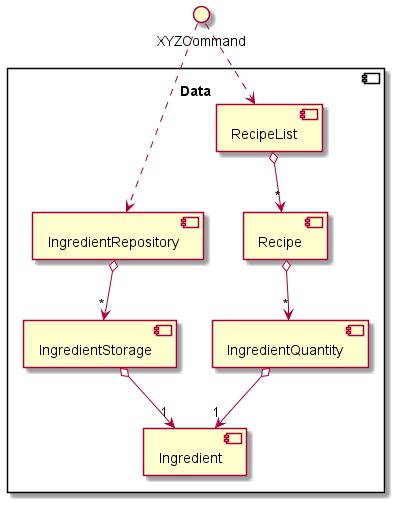
The PlantUML diagram docs/diagrams/Data.png in nus-cs2113-AY2122S1/tp, before a commit.
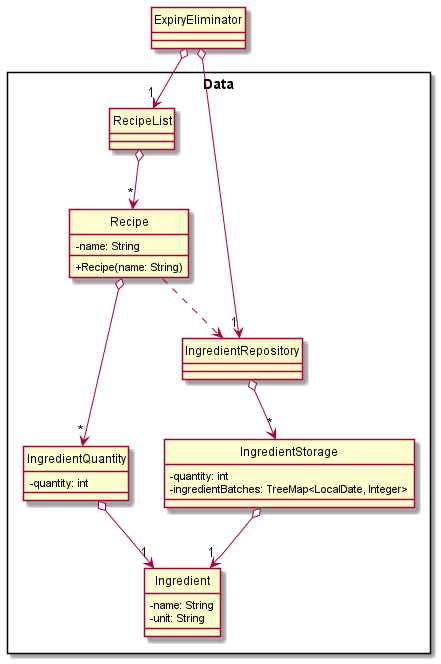
After the commit.

Change to the diagram source:
```diff
@@ -1,15 +1,37 @@
 @startuml
+!include style.puml
+
+class ExpiryEliminator
+
+component Data {
+class Recipe {
+    -name: String
+    +Recipe(name: String)
+}
 
 
-component "Data" {
-  [IngredientStorage] o--> "1"[Ingredient]
-  [IngredientRepository] o--> "*" [IngredientStorage]
-  [IngredientQuantity] o--> "1" [Ingredient]
-  [Recipe] o--> "*" [IngredientQuantity]
-  [RecipeList] o--> "*" [Recipe]
+class IngredientStorage {
+    -quantity: int
+    -ingredientBatches: TreeMap<LocalDate, Integer>
 }
 
-XYZCommand ..> [RecipeList]
-XYZCommand ..> [IngredientRepository]
+class IngredientQuantity {
+    -quantity: int
+}
+class IngredientRepository
+class RecipeList
+class Ingredient {
+    -name: String
+    -unit: String
+}
+}
+IngredientStorage o--> "1"Ingredient
+IngredientRepository o--> "*" IngredientStorage
+IngredientQuantity o--> "1" Ingredient
+Recipe o--> "*" IngredientQuantity
+RecipeList o--> "*" Recipe
+Recipe ..> IngredientRepository
 
+ExpiryEliminator o--> "1"IngredientRepository
+ExpiryEliminator o--> "1"RecipeList
 @enduml
```
